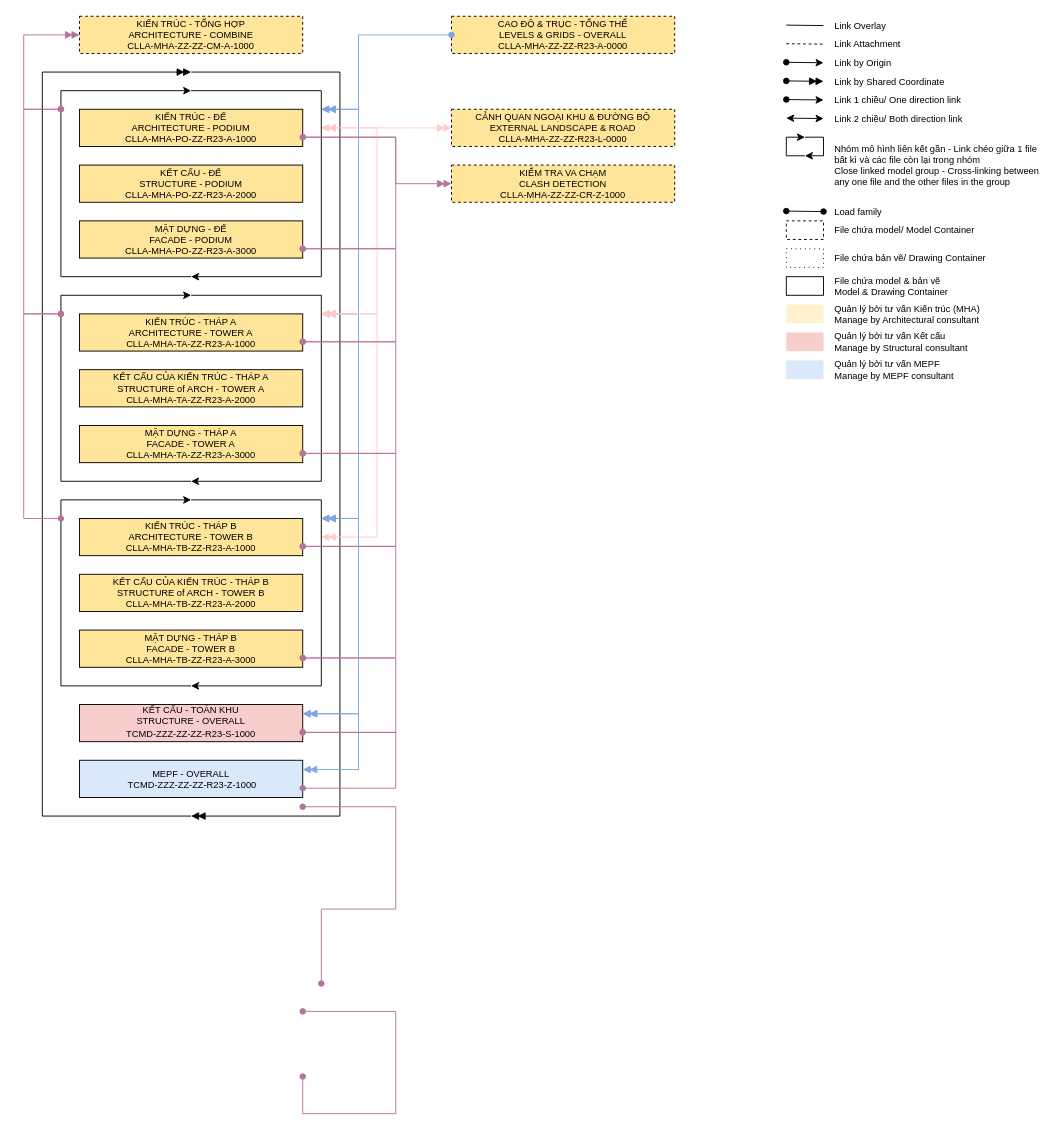
Trinity248/DrawIO keeps this draw.io diagram as CLLA_Federated Model Diagram.drawio. Above is the earlier version. Source tidied: cells renumbered, new cells numbered last; positions are measured from the earlier drawing's top-left corner, leaving out a move shared by most shapes. Both pictures are drawn from the tidied source at 93%, with x=0, y=0 at pixel (23, 16).
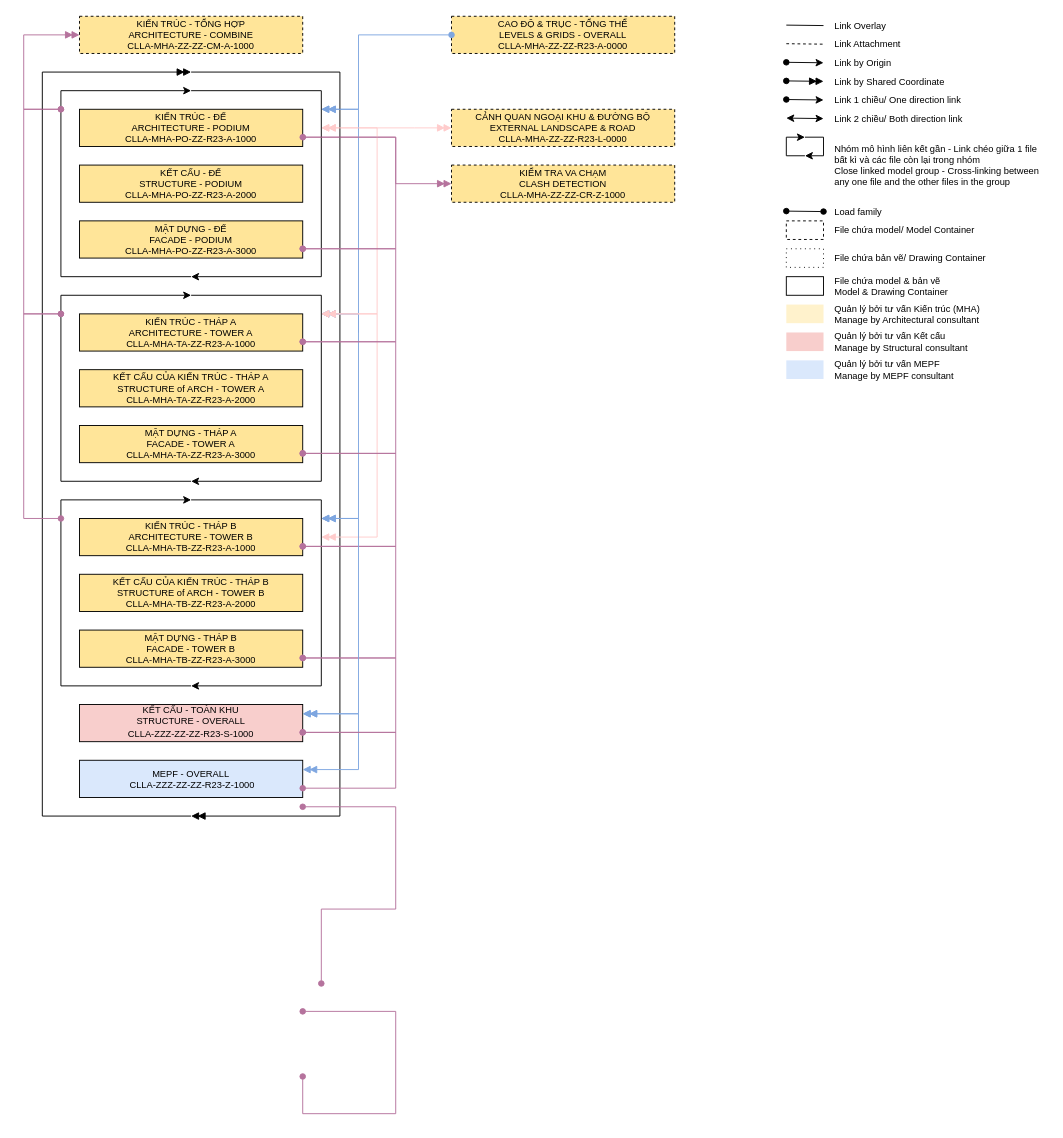
The same diagram, later.

Change to the diagram source:
```diff
@@
-    <mxCell id="64" value="&lt;div style=&quot;font-family: Montserrat; font-size: 10px;&quot;&gt;KẾT CẤU - TOÀN KHU&lt;/div&gt;&lt;div style=&quot;font-family: Montserrat; font-size: 10px;&quot;&gt;&lt;span style=&quot;background-color: transparent;&quot;&gt;STRUCTURE - OVERALL&lt;/span&gt;&lt;/div&gt;&lt;span style=&quot;font-family: Montserrat; font-size: 10px;&quot;&gt;TCMD-ZZZ-ZZ-ZZ-R23-S-1000&lt;/span&gt;" style="rounded=0;whiteSpace=wrap;html=1;fillColor=#f8cecc;strokeColor=default;" parent="1" vertex="1">
+    <mxCell id="64" value="&lt;div style=&quot;font-family: Montserrat; font-size: 10px;&quot;&gt;KẾT CẤU - TOÀN KHU&lt;/div&gt;&lt;div style=&quot;font-family: Montserrat; font-size: 10px;&quot;&gt;&lt;span style=&quot;background-color: transparent;&quot;&gt;STRUCTURE - OVERALL&lt;/span&gt;&lt;/div&gt;&lt;font face=&quot;Montserrat&quot;&gt;&lt;span style=&quot;font-size: 10px;&quot;&gt;CLLA-ZZZ-ZZ-ZZ-R23-S-1000&lt;/span&gt;&lt;/font&gt;" style="rounded=0;whiteSpace=wrap;html=1;fillColor=#f8cecc;strokeColor=default;" parent="1" vertex="1">
       <mxGeometry x="60" y="740" width="240" height="40" as="geometry" />
     </mxCell>
-    <mxCell id="65" value="&lt;div style=&quot;font-family: Montserrat; font-size: 10px;&quot;&gt;MEPF&amp;nbsp;&lt;span style=&quot;background-color: transparent; color: light-dark(rgb(0, 0, 0), rgb(255, 255, 255));&quot;&gt;- OVERALL&lt;/span&gt;&lt;/div&gt;&lt;div style=&quot;font-family: Montserrat; font-size: 10px;&quot;&gt;&lt;span style=&quot;background-color: transparent; color: light-dark(rgb(0, 0, 0), rgb(255, 255, 255));&quot;&gt;&amp;nbsp;TCMD-ZZZ-ZZ-ZZ-R23-Z-1000&lt;/span&gt;&lt;/div&gt;" style="rounded=0;whiteSpace=wrap;html=1;fillColor=#dae8fc;strokeColor=default;" parent="1" vertex="1">
+    <mxCell id="65" value="&lt;div style=&quot;font-family: Montserrat; font-size: 10px;&quot;&gt;MEPF&amp;nbsp;&lt;span style=&quot;background-color: transparent; color: light-dark(rgb(0, 0, 0), rgb(255, 255, 255));&quot;&gt;- OVERALL&lt;/span&gt;&lt;/div&gt;&lt;div style=&quot;font-size: 10px; font-family: Montserrat;&quot;&gt;&lt;span style=&quot;background-color: transparent; color: light-dark(rgb(0, 0, 0), rgb(255, 255, 255));&quot;&gt;&amp;nbsp;CLLA-ZZZ-ZZ-ZZ-R23-Z-1000&lt;/span&gt;&lt;/div&gt;" style="rounded=0;whiteSpace=wrap;html=1;fillColor=#dae8fc;strokeColor=default;" parent="1" vertex="1">
       <mxGeometry x="60" y="800" width="240" height="40" as="geometry" />
     </mxCell>
```
